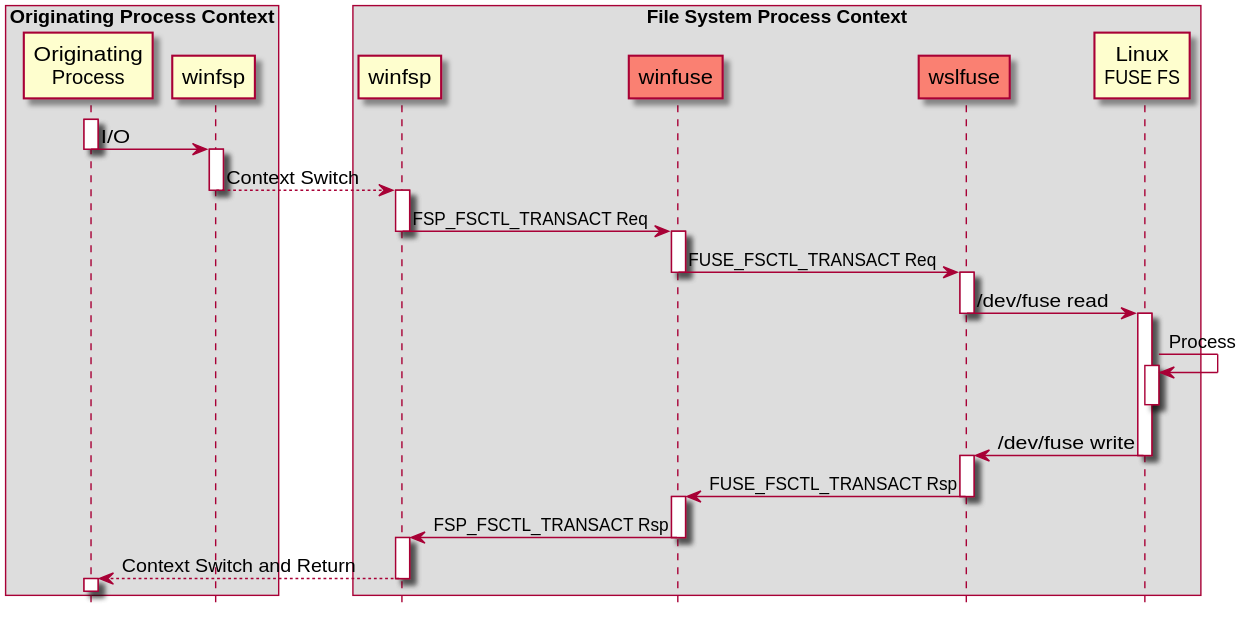
The PlantUML diagram doc/wslseq.svg in billziss-gh/winfuse, before a commit.
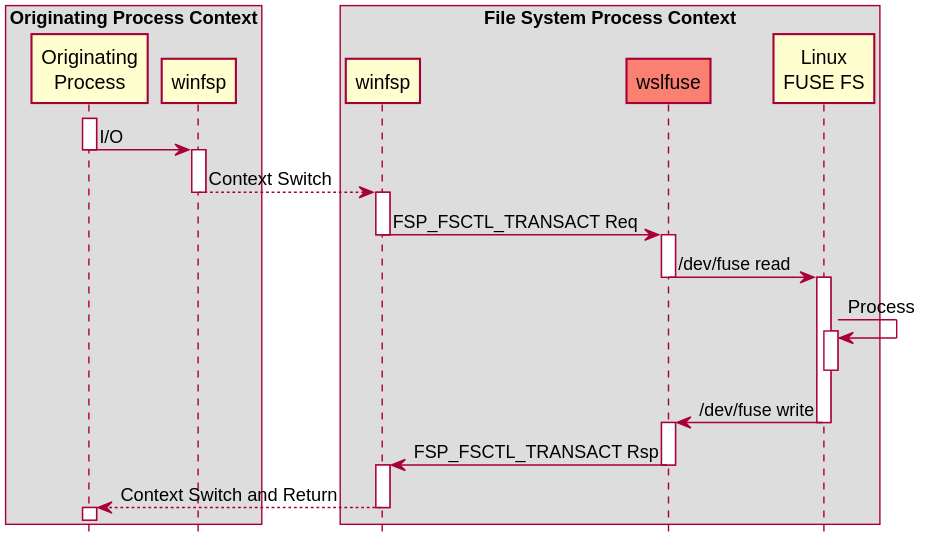
After the change.

Diff of the diagram source:
```diff
@@ -1,4 +1,5 @@
 @startuml
+skinparam shadowing false
 hide footbox
 
 box "Originating Process Context"
@@ -7,7 +8,6 @@
 end box
 box "File System Process Context"
     participant "winfsp" as winfspFS
-    participant winfuse #Salmon
     participant wslfuse #Salmon
     participant "Linux\nFUSE FS" as FS
 end box
@@ -19,11 +19,8 @@
 winfspOP-->winfspFS: Context Switch
 deactivate winfspOP
 activate winfspFS
-winfspFS->winfuse: FSP_FSCTL_TRANSACT Req
+winfspFS->wslfuse: FSP_FSCTL_TRANSACT Req
 deactivate winfspFS
-activate winfuse
-winfuse->wslfuse: FUSE_FSCTL_TRANSACT Req
-deactivate winfuse
 activate wslfuse
 wslfuse->FS: /dev/fuse read
 deactivate wslfuse
@@ -34,11 +31,8 @@
 FS->wslfuse: /dev/fuse write
 deactivate FS
 activate wslfuse
-wslfuse->winfuse: FUSE_FSCTL_TRANSACT Rsp
+wslfuse->winfspFS: FSP_FSCTL_TRANSACT Rsp
 deactivate wslfuse
-activate winfuse
-winfuse->winfspFS: FSP_FSCTL_TRANSACT Rsp
-deactivate winfuse
 activate winfspFS
 winfspFS-->OP: Context Switch and Return
 deactivate winfspFS
```
